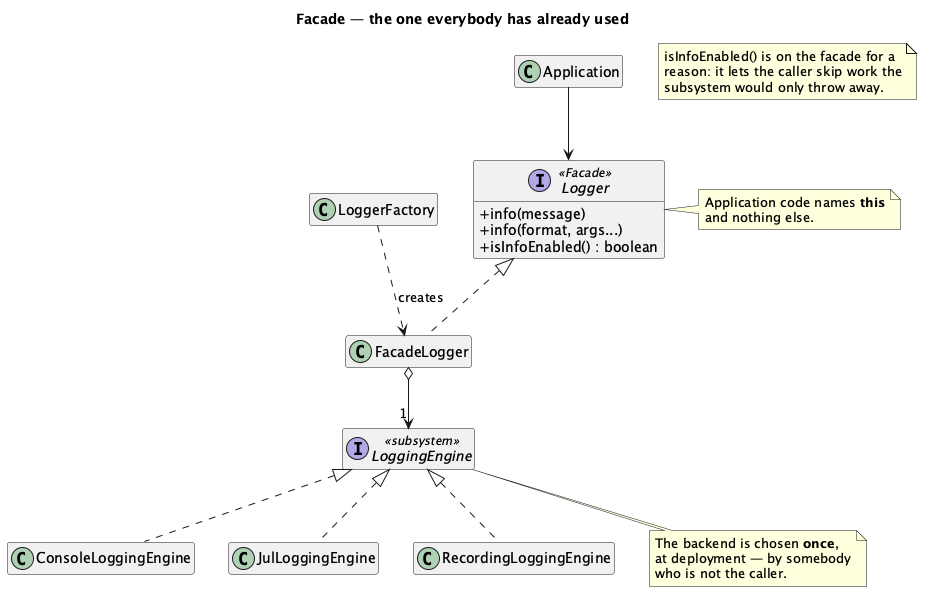
The PlantUML diagram src/main/java/dev/kaldiroglu/dp/structural/facade/slf4j/uml/Facade - Logging - Class Diagram.png in kaldiroglu/DesignPatternsWithJava, before a commit. Its source is kept beside it as src/main/java/dev/kaldiroglu/dp/structural/facade/slf4j/uml/Facade - Logging - Class Diagram.puml. The source it was exported from:
```plantuml
@startuml "Facade - Logging - Class Diagram"
skinparam classAttributeIconSize 0
hide empty members
title Facade — the one everybody has already used


class Application
interface Logger <<Facade>> {
  + info(message)
  + info(format, args...)
  + isInfoEnabled() : boolean
}
class LoggerFactory
class FacadeLogger

interface LoggingEngine <<subsystem>>
class ConsoleLoggingEngine
class JulLoggingEngine
class RecordingLoggingEngine

Application --> Logger
Logger <|.. FacadeLogger
LoggerFactory ..> FacadeLogger : creates
FacadeLogger o--> "1" LoggingEngine
LoggingEngine <|.. ConsoleLoggingEngine
LoggingEngine <|.. JulLoggingEngine
LoggingEngine <|.. RecordingLoggingEngine

note right of Logger
  Application code names <b>this</b>
  and nothing else.
end note

note bottom of LoggingEngine
  The backend is chosen <b>once</b>,
  at deployment — by somebody
  who is not the caller.
end note

note as N1
  isInfoEnabled() is on the facade for a
  reason: it lets the caller skip work the
  subsystem would only throw away.
end note

@enduml
```
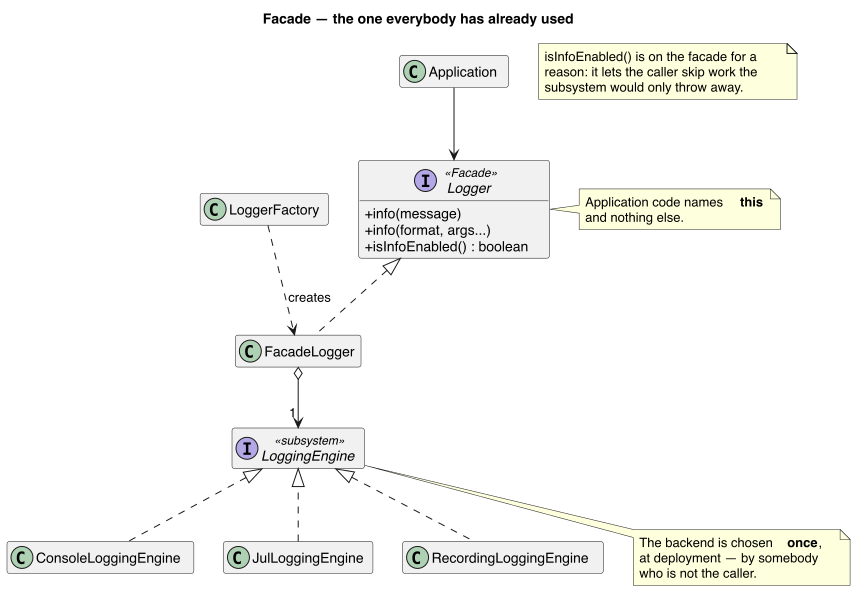
The same file after the commit.

Change to the diagram source:
```diff
@@ -1,4 +1,6 @@
 @startuml "Facade - Logging - Class Diagram"
+skinparam linetype polyline
+skinparam nodesep 30
 skinparam classAttributeIconSize 0
 hide empty members
 title Facade — the one everybody has already used
@@ -18,10 +20,7 @@
 class JulLoggingEngine
 class RecordingLoggingEngine
 
-Application --> Logger
 Logger <|.. FacadeLogger
-LoggerFactory ..> FacadeLogger : creates
-FacadeLogger o--> "1" LoggingEngine
 LoggingEngine <|.. ConsoleLoggingEngine
 LoggingEngine <|.. JulLoggingEngine
 LoggingEngine <|.. RecordingLoggingEngine
@@ -43,4 +42,8 @@
   subsystem would only throw away.
 end note
 
+Application --> Logger
+LoggerFactory ..> FacadeLogger : creates
+FacadeLogger o--> "1" LoggingEngine
+LoggingEngine -[hidden]- JulLoggingEngine
 @enduml
```
